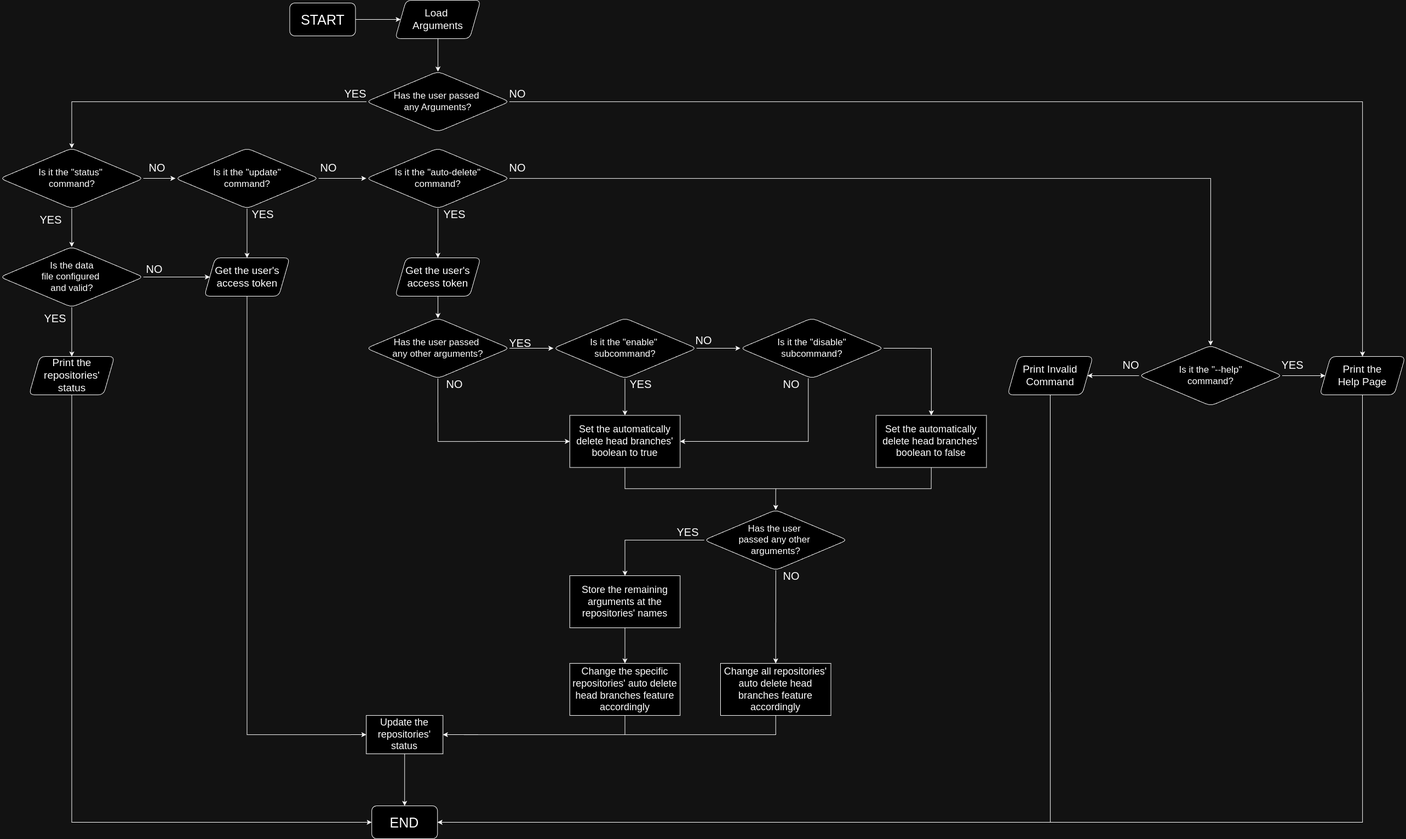
Earlier version of the draw.io export extra/flowchart.png (SpyrosTsak0/Hebra). Source tidied: cells renumbered, new cells last; positions are measured from the earlier drawing's top-left corner, leaving out a move shared by most shapes.
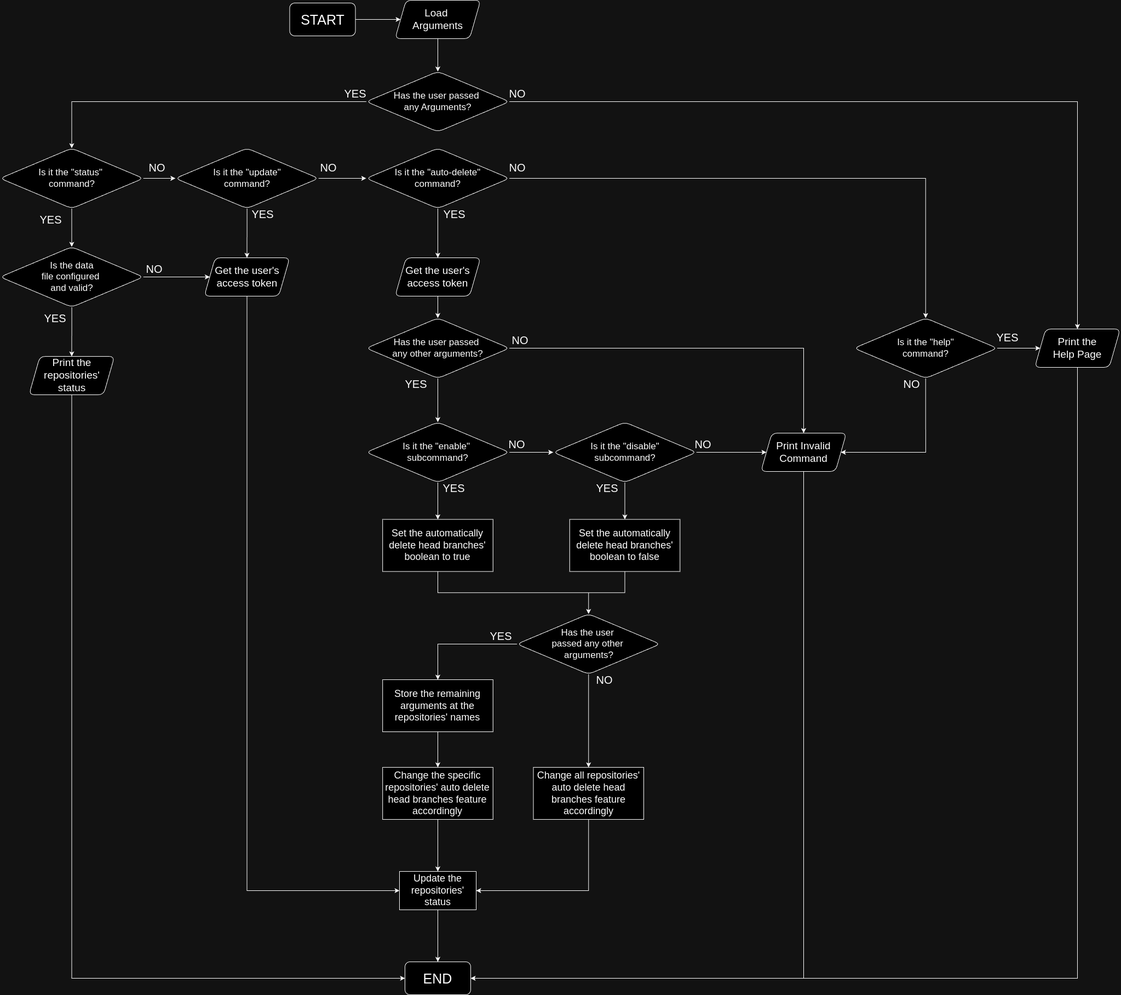
After the commit.

Change to the diagram source:
```diff
@@ -54,7 +54,7 @@
       <mxGeometry x="52.5" y="650" width="156" height="70" as="geometry" />
     </mxCell>
     <mxCell id="19" value="&lt;font style=&quot;font-size: 25px;&quot;&gt;END&lt;/font&gt;" style="rounded=1;whiteSpace=wrap;html=1;glass=0;" parent="1" vertex="1">
-      <mxGeometry x="678.2" y="1470" width="120" height="60" as="geometry" />
+      <mxGeometry x="739" y="1755" width="120" height="60" as="geometry" />
     </mxCell>
     <mxCell id="20" style="edgeStyle=orthogonalEdgeStyle;rounded=0;jettySize=auto;html=1;" parent="1" edge="1" source="22" target="30">
       <mxGeometry relative="1" as="geometry" />
@@ -69,7 +69,7 @@
       <mxGeometry relative="1" as="geometry" />
     </mxCell>
     <mxCell id="24" value="&lt;font style=&quot;font-size: 18px;&quot;&gt;Update the repositories' status&lt;/font&gt;" style="whiteSpace=wrap;html=1;" parent="1" vertex="1">
-      <mxGeometry x="668.2" y="1305" width="140" height="70" as="geometry" />
+      <mxGeometry x="729" y="1590" width="140" height="70" as="geometry" />
     </mxCell>
     <mxCell id="25" value="&lt;font style=&quot;font-size: 20px;&quot;&gt;NO&lt;/font&gt;" style="text;html=1;align=center;verticalAlign=middle;strokeColor=none;fillColor=none;" parent="1" vertex="1">
       <mxGeometry x="256" y="470" width="50" height="40" as="geometry" />
@@ -92,12 +92,12 @@
     <mxCell id="31" value="&lt;font style=&quot;font-size: 20px;&quot;&gt;NO&lt;/font&gt;" style="text;html=1;align=center;verticalAlign=middle;strokeColor=none;fillColor=none;" parent="1" vertex="1">
       <mxGeometry x="574" y="285.1" width="50" height="40" as="geometry" />
     </mxCell>
+    <mxCell id="78" style="edgeStyle=orthogonalEdgeStyle;rounded=0;jettySize=auto;html=1;" parent="1" edge="1" source="34" target="72">
+      <mxGeometry relative="1" as="geometry" />
+    </mxCell>
-    <mxCell id="32" style="edgeStyle=orthogonalEdgeStyle;rounded=0;jettySize=auto;html=1;" parent="1" edge="1" source="34" target="37">
+    <mxCell id="32" style="edgeStyle=orthogonalEdgeStyle;rounded=0;jettySize=auto;html=1;entryX=0.5;entryY=0;entryDx=0;entryDy=0;" parent="1" edge="1" source="34" target="37">
       <mxGeometry relative="1" as="geometry" />
     </mxCell>
-    <mxCell id="33" style="edgeStyle=orthogonalEdgeStyle;rounded=0;jettySize=auto;html=1;entryX=0;entryY=0.5;entryDx=0;entryDy=0;exitX=0.5;exitY=1;exitDx=0;exitDy=0;" parent="1" edge="1" source="34" target="42">
-      <mxGeometry relative="1" as="geometry" />
-    </mxCell>
     <mxCell id="34" value="&lt;span style=&quot;font-size: 17px;&quot;&gt;Has the user passed&amp;nbsp;&lt;/span&gt;&lt;div&gt;&lt;span style=&quot;font-size: 17px;&quot;&gt;any other arguments?&lt;/span&gt;&lt;/div&gt;" style="rhombus;whiteSpace=wrap;html=1;rounded=1;" parent="1" vertex="1">
       <mxGeometry x="668.2" y="580" width="261.5" height="110" as="geometry" />
     </mxCell>
@@ -108,43 +108,34 @@
       <mxGeometry relative="1" as="geometry" />
     </mxCell>
     <mxCell id="37" value="&lt;span style=&quot;font-size: 17px;&quot;&gt;Is it the &quot;enable&quot;&amp;nbsp;&lt;/span&gt;&lt;div&gt;&lt;span style=&quot;font-size: 17px;&quot;&gt;subcommand?&lt;/span&gt;&lt;/div&gt;" style="rhombus;whiteSpace=wrap;html=1;rounded=1;" parent="1" vertex="1">
-      <mxGeometry x="1009.8" y="580" width="261.5" height="110" as="geometry" />
+      <mxGeometry x="668.2" y="770" width="261.5" height="110" as="geometry" />
     </mxCell>
-    <mxCell id="38" style="edgeStyle=orthogonalEdgeStyle;rounded=0;jettySize=auto;html=1;entryX=1;entryY=0.5;entryDx=0;entryDy=0;exitX=0.474;exitY=0.998;exitDx=0;exitDy=0;exitPerimeter=0;" parent="1" edge="1" source="40" target="42">
-      <mxGeometry relative="1" as="geometry" />
-    </mxCell>
-    <mxCell id="39" style="edgeStyle=orthogonalEdgeStyle;rounded=0;jettySize=auto;html=1;exitX=1;exitY=0.5;exitDx=0;exitDy=0;" parent="1" edge="1" source="40" target="49">
+    <mxCell id="39" style="edgeStyle=orthogonalEdgeStyle;rounded=0;jettySize=auto;html=1;" parent="1" edge="1" source="40" target="49">
       <mxGeometry relative="1" as="geometry" />
     </mxCell>
+    <mxCell id="79" style="edgeStyle=orthogonalEdgeStyle;rounded=0;jettySize=auto;html=1;entryX=0;entryY=0.5;entryDx=0;entryDy=0;" parent="1" edge="1" source="40" target="72">
+      <mxGeometry relative="1" as="geometry" />
+    </mxCell>
     <mxCell id="40" value="&lt;span style=&quot;font-size: 17px;&quot;&gt;Is it the &quot;disable&quot;&lt;/span&gt;&lt;div&gt;&lt;span style=&quot;font-size: 17px;&quot;&gt;subcommand?&lt;/span&gt;&lt;/div&gt;" style="rhombus;whiteSpace=wrap;html=1;rounded=1;" parent="1" vertex="1">
-      <mxGeometry x="1351.2" y="580" width="261.5" height="110" as="geometry" />
+      <mxGeometry x="1009.8" y="770" width="261.5" height="110" as="geometry" />
     </mxCell>
     <mxCell id="41" style="edgeStyle=orthogonalEdgeStyle;rounded=0;jettySize=auto;html=1;entryX=0.5;entryY=0;entryDx=0;entryDy=0;exitX=0.5;exitY=1;exitDx=0;exitDy=0;" parent="1" edge="1" source="42" target="52">
       <mxGeometry relative="1" as="geometry" />
     </mxCell>
     <mxCell id="42" value="&lt;span style=&quot;font-size: 18px;&quot;&gt;Set the automatically delete head branches' boolean to true&lt;/span&gt;" style="whiteSpace=wrap;html=1;" parent="1" vertex="1">
-      <mxGeometry x="1039.8" y="757.5" width="201.5" height="95" as="geometry" />
+      <mxGeometry x="698.2" y="947.5" width="201.5" height="95" as="geometry" />
     </mxCell>
     <mxCell id="43" value="&lt;font style=&quot;font-size: 20px;&quot;&gt;YES&lt;/font&gt;" style="text;html=1;align=center;verticalAlign=middle;strokeColor=none;fillColor=none;" parent="1" vertex="1">
-      <mxGeometry x="1139" y="680" width="60" height="40" as="geometry" />
+      <mxGeometry x="797.5" y="870" width="60" height="40" as="geometry" />
     </mxCell>
-    <mxCell id="44" value="&lt;font style=&quot;font-size: 20px;&quot;&gt;YES&lt;/font&gt;" style="text;html=1;align=center;verticalAlign=middle;strokeColor=none;fillColor=none;" parent="1" vertex="1">
-      <mxGeometry x="919" y="605" width="60" height="40" as="geometry" />
-    </mxCell>
     <mxCell id="45" value="&lt;font style=&quot;font-size: 20px;&quot;&gt;NO&lt;/font&gt;" style="text;html=1;align=center;verticalAlign=middle;strokeColor=none;fillColor=none;" parent="1" vertex="1">
-      <mxGeometry x="1259" y="600" width="50" height="40" as="geometry" />
+      <mxGeometry x="917.5" y="790" width="50" height="40" as="geometry" />
     </mxCell>
-    <mxCell id="46" value="&lt;font style=&quot;font-size: 20px;&quot;&gt;NO&lt;/font&gt;" style="text;html=1;align=center;verticalAlign=middle;strokeColor=none;fillColor=none;" parent="1" vertex="1">
-      <mxGeometry x="1419" y="680" width="50" height="40" as="geometry" />
-    </mxCell>
-    <mxCell id="47" value="&lt;span style=&quot;font-size: 20px;&quot;&gt;NO&lt;/span&gt;" style="text;html=1;align=center;verticalAlign=middle;strokeColor=none;fillColor=none;" parent="1" vertex="1">
-      <mxGeometry x="804" y="680" width="50" height="40" as="geometry" />
-    </mxCell>
     <mxCell id="48" style="edgeStyle=orthogonalEdgeStyle;rounded=0;jettySize=auto;html=1;entryX=0.5;entryY=0;entryDx=0;entryDy=0;exitX=0.5;exitY=1;exitDx=0;exitDy=0;" parent="1" edge="1" source="49" target="52">
       <mxGeometry relative="1" as="geometry" />
     </mxCell>
     <mxCell id="49" value="&lt;span style=&quot;font-size: 18px;&quot;&gt;Set the automatically delete head branches' boolean to false&lt;/span&gt;" style="whiteSpace=wrap;html=1;" parent="1" vertex="1">
-      <mxGeometry x="1599" y="757.5" width="201.5" height="95" as="geometry" />
+      <mxGeometry x="1039.8" y="947.5" width="201.5" height="95" as="geometry" />
     </mxCell>
     <mxCell id="50" style="edgeStyle=orthogonalEdgeStyle;rounded=0;jettySize=auto;html=1;" parent="1" edge="1" source="52" target="59">
       <mxGeometry relative="1" as="geometry" />
@@ -153,7 +144,7 @@
       <mxGeometry relative="1" as="geometry" />
     </mxCell>
     <mxCell id="52" value="&lt;span style=&quot;font-size: 17px;&quot;&gt;Has the user&amp;nbsp;&lt;/span&gt;&lt;div&gt;&lt;span style=&quot;font-size: 17px;&quot;&gt;passed any&amp;nbsp;&lt;/span&gt;&lt;span style=&quot;background-color: initial; font-size: 17px;&quot;&gt;other&amp;nbsp;&lt;/span&gt;&lt;/div&gt;&lt;div&gt;&lt;span style=&quot;background-color: initial; font-size: 17px;&quot;&gt;arguments?&lt;/span&gt;&lt;/div&gt;" style="rhombus;whiteSpace=wrap;html=1;rounded=1;" parent="1" vertex="1">
-      <mxGeometry x="1285" y="930" width="261.5" height="110" as="geometry" />
+      <mxGeometry x="943.5" y="1120" width="261.5" height="110" as="geometry" />
     </mxCell>
     <mxCell id="53" style="edgeStyle=orthogonalEdgeStyle;rounded=0;jettySize=auto;html=1;entryX=0;entryY=0.5;entryDx=0;entryDy=0;exitX=0.5;exitY=1;exitDx=0;exitDy=0;" parent="1" edge="1" source="54" target="24">
       <mxGeometry relative="1" as="geometry" />
@@ -174,52 +165,56 @@
       <mxGeometry relative="1" as="geometry" />
     </mxCell>
     <mxCell id="59" value="&lt;span style=&quot;font-size: 18px;&quot;&gt;Store the remaining arguments at the repositories' names&lt;/span&gt;" style="whiteSpace=wrap;html=1;" parent="1" vertex="1">
-      <mxGeometry x="1039.8" y="1050" width="201.5" height="95" as="geometry" />
+      <mxGeometry x="698.2" y="1240" width="201.5" height="95" as="geometry" />
     </mxCell>
+    <mxCell id="63" style="edgeStyle=orthogonalEdgeStyle;rounded=0;jettySize=auto;html=1;entryX=0.5;entryY=0;entryDx=0;entryDy=0;" parent="1" edge="1" source="60" target="24">
+      <mxGeometry relative="1" as="geometry" />
+    </mxCell>
     <mxCell id="60" value="&lt;span style=&quot;font-size: 18px;&quot;&gt;Change the specific repositories' auto delete head branches feature accordingly&lt;/span&gt;" style="whiteSpace=wrap;html=1;" parent="1" vertex="1">
-      <mxGeometry x="1039.8" y="1210" width="201.5" height="95" as="geometry" />
+      <mxGeometry x="698.2" y="1400" width="201.5" height="95" as="geometry" />
     </mxCell>
     <mxCell id="61" style="edgeStyle=orthogonalEdgeStyle;rounded=0;jettySize=auto;html=1;entryX=1;entryY=0.5;entryDx=0;entryDy=0;exitX=0.5;exitY=1;exitDx=0;exitDy=0;" parent="1" edge="1" source="62" target="24">
       <mxGeometry relative="1" as="geometry" />
     </mxCell>
     <mxCell id="62" value="&lt;span style=&quot;font-size: 18px;&quot;&gt;Change all repositories' auto delete head branches feature accordingly&lt;/span&gt;" style="whiteSpace=wrap;html=1;" parent="1" vertex="1">
-      <mxGeometry x="1315" y="1210" width="201.5" height="95" as="geometry" />
+      <mxGeometry x="973.5" y="1400" width="201.5" height="95" as="geometry" />
     </mxCell>
-    <mxCell id="63" style="edgeStyle=orthogonalEdgeStyle;rounded=0;jettySize=auto;html=1;entryX=1;entryY=0.5;entryDx=0;entryDy=0;exitX=0.5;exitY=1;exitDx=0;exitDy=0;" parent="1" edge="1" source="60" target="24">
-      <mxGeometry relative="1" as="geometry" />
-    </mxCell>
     <mxCell id="64" value="&lt;font style=&quot;font-size: 20px;&quot;&gt;YES&lt;/font&gt;" style="text;html=1;align=center;verticalAlign=middle;strokeColor=none;fillColor=none;" parent="1" vertex="1">
-      <mxGeometry x="1225" y="950" width="60" height="40" as="geometry" />
+      <mxGeometry x="883.5" y="1140" width="60" height="40" as="geometry" />
     </mxCell>
     <mxCell id="65" value="&lt;font style=&quot;font-size: 20px;&quot;&gt;NO&lt;/font&gt;" style="text;html=1;align=center;verticalAlign=middle;strokeColor=none;fillColor=none;" parent="1" vertex="1">
-      <mxGeometry x="1419" y="1030" width="50" height="40" as="geometry" />
+      <mxGeometry x="1077.5" y="1220" width="50" height="40" as="geometry" />
     </mxCell>
+    <mxCell id="67" style="edgeStyle=orthogonalEdgeStyle;rounded=0;jettySize=auto;html=1;entryX=0;entryY=0.5;entryDx=0;entryDy=0;" parent="1" edge="1" source="68" target="70">
+      <mxGeometry relative="1" as="geometry" />
+    </mxCell>
-    <mxCell id="66" style="edgeStyle=orthogonalEdgeStyle;rounded=0;jettySize=auto;html=1;entryX=1;entryY=0.5;entryDx=0;entryDy=0;" parent="1" edge="1" source="68" target="72">
-      <mxGeometry relative="1" as="geometry" />
+    <mxCell id="66" style="edgeStyle=orthogonalEdgeStyle;rounded=0;jettySize=auto;html=1;entryX=1;entryY=0.5;entryDx=0;entryDy=0;exitX=0.5;exitY=1;exitDx=0;exitDy=0;" parent="1" edge="1" source="68" target="72">
+      <mxGeometry relative="1" as="geometry">
+        <Array as="points">
+          <mxPoint x="1690" y="825" />
+        </Array>
+      </mxGeometry>
     </mxCell>
-    <mxCell id="67" style="edgeStyle=orthogonalEdgeStyle;rounded=0;jettySize=auto;html=1;entryX=0;entryY=0.5;entryDx=0;entryDy=0;" parent="1" edge="1" source="68" target="70">
-      <mxGeometry relative="1" as="geometry" />
-    </mxCell>
-    <mxCell id="68" value="&lt;span style=&quot;font-size: 17px;&quot;&gt;Is it the &quot;--help&quot;&lt;/span&gt;&lt;div&gt;&lt;span style=&quot;font-size: 17px;&quot;&gt;command?&lt;/span&gt;&lt;/div&gt;" style="rhombus;whiteSpace=wrap;html=1;rounded=1;" parent="1" vertex="1">
-      <mxGeometry x="2079" y="630" width="261.5" height="110" as="geometry" />
+    <mxCell id="68" value="&lt;span style=&quot;font-size: 17px;&quot;&gt;Is it the &quot;help&quot;&lt;/span&gt;&lt;div&gt;&lt;span style=&quot;font-size: 17px;&quot;&gt;command?&lt;/span&gt;&lt;/div&gt;" style="rhombus;whiteSpace=wrap;html=1;rounded=1;" parent="1" vertex="1">
+      <mxGeometry x="1559" y="580" width="261.5" height="110" as="geometry" />
     </mxCell>
     <mxCell id="69" style="edgeStyle=orthogonalEdgeStyle;rounded=0;jettySize=auto;html=1;entryX=1;entryY=0.5;entryDx=0;entryDy=0;exitX=0.5;exitY=1;exitDx=0;exitDy=0;" parent="1" edge="1" source="70" target="19">
       <mxGeometry relative="1" as="geometry" />
     </mxCell>
     <mxCell id="70" value="&lt;span style=&quot;font-size: 19px;&quot;&gt;Print the&lt;/span&gt;&lt;div&gt;&lt;span style=&quot;font-size: 19px;&quot;&gt;Help Page&lt;/span&gt;&lt;/div&gt;" style="shape=parallelogram;perimeter=parallelogramPerimeter;whiteSpace=wrap;html=1;fixedSize=1;rounded=1;" parent="1" vertex="1">
-      <mxGeometry x="2409" y="650" width="156" height="70" as="geometry" />
+      <mxGeometry x="1889" y="600" width="156" height="70" as="geometry" />
     </mxCell>
     <mxCell id="71" style="edgeStyle=orthogonalEdgeStyle;rounded=0;jettySize=auto;html=1;entryX=1;entryY=0.5;entryDx=0;entryDy=0;exitX=0.5;exitY=1;exitDx=0;exitDy=0;" parent="1" edge="1" source="72" target="19">
       <mxGeometry relative="1" as="geometry" />
     </mxCell>
     <mxCell id="72" value="&lt;span style=&quot;font-size: 19px;&quot;&gt;Print Invalid Command&lt;/span&gt;" style="shape=parallelogram;perimeter=parallelogramPerimeter;whiteSpace=wrap;html=1;fixedSize=1;rounded=1;" parent="1" vertex="1">
-      <mxGeometry x="1839" y="650" width="156" height="70" as="geometry" />
+      <mxGeometry x="1389" y="790" width="156" height="70" as="geometry" />
     </mxCell>
     <mxCell id="73" value="&lt;font style=&quot;font-size: 20px;&quot;&gt;NO&lt;/font&gt;" style="text;html=1;align=center;verticalAlign=middle;strokeColor=none;fillColor=none;" parent="1" vertex="1">
-      <mxGeometry x="2039" y="645" width="50" height="40" as="geometry" />
+      <mxGeometry x="1639" y="680" width="50" height="40" as="geometry" />
     </mxCell>
     <mxCell id="74" value="&lt;font style=&quot;font-size: 20px;&quot;&gt;YES&lt;/font&gt;" style="text;html=1;align=center;verticalAlign=middle;strokeColor=none;fillColor=none;" parent="1" vertex="1">
-      <mxGeometry x="2329" y="645" width="60" height="40" as="geometry" />
+      <mxGeometry x="1809" y="595" width="60" height="40" as="geometry" />
     </mxCell>
     <mxCell id="75" value="&lt;font style=&quot;font-size: 20px;&quot;&gt;YES&lt;/font&gt;" style="text;html=1;align=center;verticalAlign=middle;strokeColor=none;fillColor=none;" parent="1" vertex="1">
       <mxGeometry x="618.2" y="150" width="60" height="40" as="geometry" />
@@ -230,5 +225,17 @@
     <mxCell id="77" value="&lt;font style=&quot;font-size: 20px;&quot;&gt;NO&lt;/font&gt;" style="text;html=1;align=center;verticalAlign=middle;strokeColor=none;fillColor=none;" parent="1" vertex="1">
       <mxGeometry x="919" y="285.1" width="50" height="40" as="geometry" />
     </mxCell>
+    <mxCell id="80" value="&lt;font style=&quot;font-size: 20px;&quot;&gt;YES&lt;/font&gt;" style="text;html=1;align=center;verticalAlign=middle;strokeColor=none;fillColor=none;" parent="1" vertex="1">
+      <mxGeometry x="1077.5" y="870" width="60" height="40" as="geometry" />
+    </mxCell>
+    <mxCell id="81" value="&lt;font style=&quot;font-size: 20px;&quot;&gt;NO&lt;/font&gt;" style="text;html=1;align=center;verticalAlign=middle;strokeColor=none;fillColor=none;" parent="1" vertex="1">
+      <mxGeometry x="1257.5" y="790" width="50" height="40" as="geometry" />
+    </mxCell>
+    <mxCell id="82" value="&lt;font style=&quot;font-size: 20px;&quot;&gt;NO&lt;/font&gt;" style="text;html=1;align=center;verticalAlign=middle;strokeColor=none;fillColor=none;" parent="1" vertex="1">
+      <mxGeometry x="923.5" y="600" width="50" height="40" as="geometry" />
+    </mxCell>
+    <mxCell id="83" value="&lt;font style=&quot;font-size: 20px;&quot;&gt;YES&lt;/font&gt;" style="text;html=1;align=center;verticalAlign=middle;strokeColor=none;fillColor=none;" parent="1" vertex="1">
+      <mxGeometry x="729" y="680" width="60" height="40" as="geometry" />
+    </mxCell>
   </root>
 </mxGraphModel>
```
